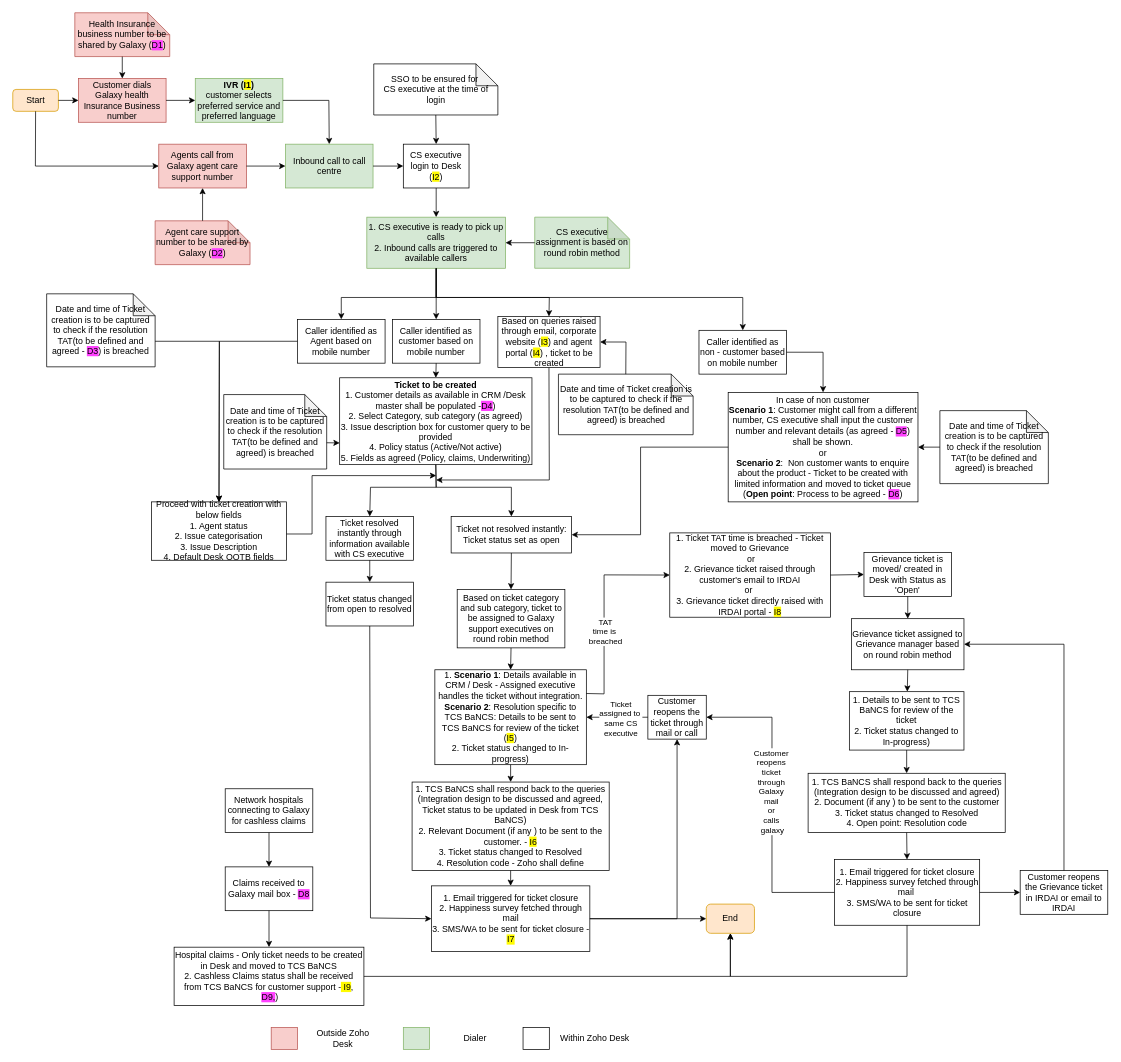
Before: Customer Support.drawio in shaileshsreedar/Galaxy, a draw.io diagram. Source tidied: cells renumbered, new cells numbered last; positions are measured from the earlier drawing's top-left corner, leaving out a move shared by most shapes. Both pictures are drawn from the tidied source at 73%, with x=0, y=0 at pixel (12, 12).
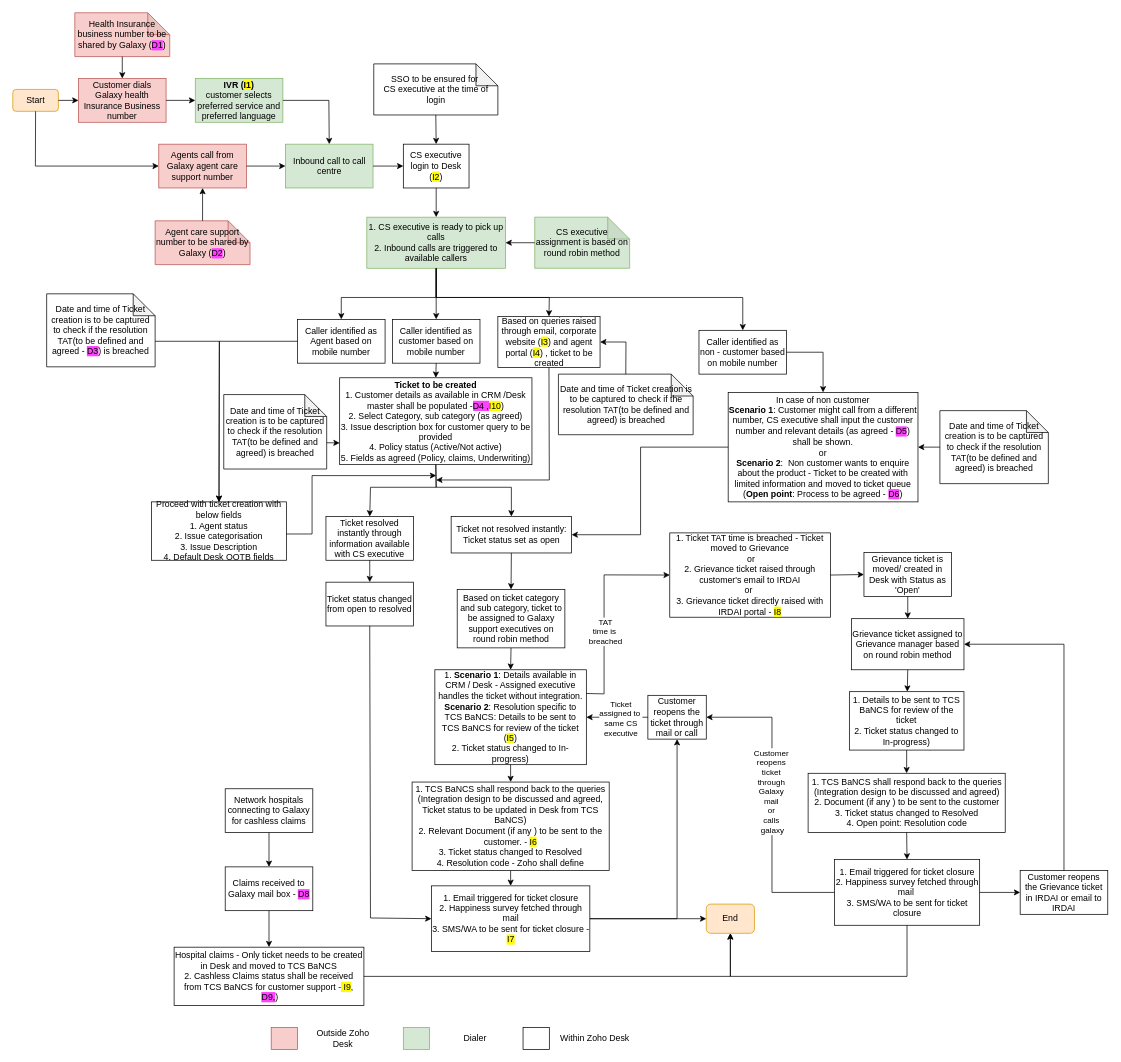
The same diagram, later.

The edit, as a diff of the source:
```diff
@@
-    <mxCell id="35" value="&lt;b&gt;Ticket to be created&lt;/b&gt;&lt;div&gt;1. Customer details as available in CRM /Desk master shall be populated -&lt;span style=&quot;background-color: rgb(255, 64, 255);&quot;&gt;D4&lt;/span&gt;)&lt;/div&gt;&lt;div&gt;2. Select Category, sub category (as agreed)&lt;/div&gt;&lt;div&gt;3. Issue description box for customer query to be provided&lt;/div&gt;&lt;div&gt;4. Policy status (Active/Not active)&lt;/div&gt;&lt;div&gt;5. Fields as agreed (Policy, claims, Underwriting)&lt;/div&gt;" style="rounded=0;whiteSpace=wrap;html=1;" parent="1" vertex="1">
+    <mxCell id="35" value="&lt;b&gt;Ticket to be created&lt;/b&gt;&lt;div&gt;1. Customer details as available in CRM /Desk master shall be populated -&lt;span style=&quot;background-color: rgb(255, 64, 255);&quot;&gt;D4 ,&lt;/span&gt;&lt;span style=&quot;background-color: rgb(255, 251, 0);&quot;&gt;I10&lt;/span&gt;)&lt;/div&gt;&lt;div&gt;2. Select Category, sub category (as agreed)&lt;/div&gt;&lt;div&gt;3. Issue description box for customer query to be provided&lt;/div&gt;&lt;div&gt;4. Policy status (Active/Not active)&lt;/div&gt;&lt;div&gt;5. Fields as agreed (Policy, claims, Underwriting)&lt;/div&gt;" style="rounded=0;whiteSpace=wrap;html=1;" parent="1" vertex="1">
       <mxGeometry x="447.8" y="500" width="263.4" height="119" as="geometry" />
     </mxCell>
```
